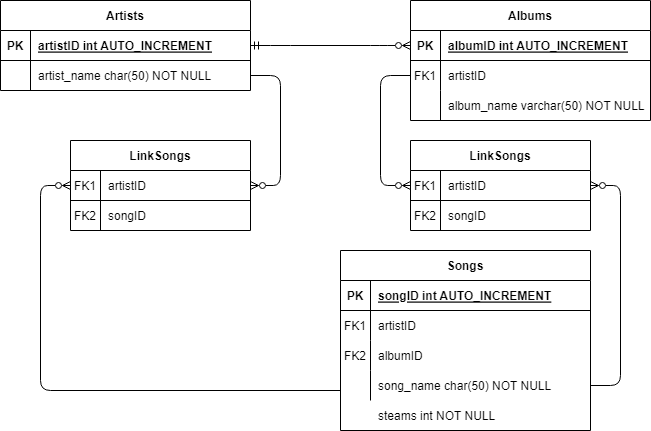
Earlier version of the draw.io export gaming.drawio.png (felixrydberg/databashantering-slutprojekt). Source tidied: cells renumbered, new cells last; positions are measured from the earlier drawing's top-left corner, leaving out a move shared by most shapes. Source of this version:
```xml
<mxGraphModel>
  <root>
    <mxCell id="0" />
    <mxCell id="1" parent="0" />
    <mxCell id="2" value="Artists" style="shape=table;startSize=30;rowLines=0;fontStyle=1;align=center;" parent="1" vertex="1">
      <mxGeometry width="250" height="90" as="geometry" />
    </mxCell>
    <mxCell id="3" style="shape=partialRectangle;fillColor=none;points=[[0,0.5],[1,0.5]];portConstraint=eastwest;top=0;left=0;right=0;bottom=1;" parent="2" vertex="1">
      <mxGeometry y="30" width="250" height="30" as="geometry" />
    </mxCell>
    <mxCell id="4" value="PK" style="shape=partialRectangle;overflow=hidden;fillColor=none;top=0;left=0;bottom=0;right=0;fontStyle=1;" parent="3" vertex="1">
      <mxGeometry width="30" height="30" as="geometry" />
    </mxCell>
    <mxCell id="5" value="artistID int AUTO_INCREMENT" style="shape=partialRectangle;overflow=hidden;fillColor=none;top=0;left=0;bottom=0;right=0;align=left;spacingLeft=6;fontStyle=5;" parent="3" vertex="1">
      <mxGeometry x="30" width="220" height="30" as="geometry" />
    </mxCell>
    <mxCell id="6" style="shape=partialRectangle;fillColor=none;points=[[0,0.5],[1,0.5]];portConstraint=eastwest;top=0;left=0;right=0;bottom=0;" parent="2" vertex="1">
      <mxGeometry y="60" width="250" height="30" as="geometry" />
    </mxCell>
    <mxCell id="7" style="shape=partialRectangle;overflow=hidden;fillColor=none;top=0;left=0;bottom=0;right=0;" parent="6" vertex="1">
      <mxGeometry width="30" height="30" as="geometry" />
    </mxCell>
    <mxCell id="8" value="artist_name char(50) NOT NULL" style="shape=partialRectangle;overflow=hidden;fillColor=none;top=0;left=0;bottom=0;right=0;align=left;spacingLeft=6;" parent="6" vertex="1">
      <mxGeometry x="30" width="220" height="30" as="geometry" />
    </mxCell>
    <mxCell id="9" style="edgeStyle=entityRelationEdgeStyle;fontSize=12;html=1;endArrow=ERzeroToMany;rounded=1;startArrow=ERmandOne;startFill=0;exitX=1;exitY=0.5;exitDx=0;exitDy=0;endFill=0;entryX=0;entryY=0.5;entryDx=0;entryDy=0;" parent="1" edge="1" source="3" target="11">
      <mxGeometry relative="1" as="geometry" />
    </mxCell>
    <mxCell id="10" value="Albums" style="shape=table;startSize=30;rowLines=0;fontStyle=1;align=center;rounded=0;shadow=0;sketch=0;strokeWidth=1;" parent="1" vertex="1">
      <mxGeometry x="410" width="240" height="120" as="geometry" />
    </mxCell>
    <mxCell id="11" style="shape=tableRow;horizontal=0;startSize=0;swimlaneHead=0;swimlaneBody=0;fillColor=none;points=[[0,0.5],[1,0.5]];portConstraint=eastwest;top=0;left=0;right=0;bottom=1;rounded=0;shadow=0;sketch=0;strokeWidth=1;" parent="10" vertex="1">
      <mxGeometry y="30" width="240" height="30" as="geometry" />
    </mxCell>
    <mxCell id="12" value="PK" style="shape=partialRectangle;fillColor=none;top=0;left=0;bottom=0;right=0;fontStyle=1;overflow=hidden;rounded=0;shadow=0;sketch=0;strokeWidth=1;" parent="11" vertex="1">
      <mxGeometry width="30" height="30" as="geometry" />
    </mxCell>
    <mxCell id="13" value="albumID int AUTO_INCREMENT" style="shape=partialRectangle;fillColor=none;top=0;left=0;bottom=0;right=0;align=left;spacingLeft=6;fontStyle=5;overflow=hidden;rounded=0;shadow=0;sketch=0;strokeWidth=1;" parent="11" vertex="1">
      <mxGeometry x="30" width="210" height="30" as="geometry" />
    </mxCell>
    <mxCell id="14" style="shape=tableRow;horizontal=0;startSize=0;swimlaneHead=0;swimlaneBody=0;fillColor=none;points=[[0,0.5],[1,0.5]];portConstraint=eastwest;top=0;left=0;right=0;bottom=0;rounded=0;shadow=0;sketch=0;strokeWidth=1;" parent="10" vertex="1">
      <mxGeometry y="60" width="240" height="30" as="geometry" />
    </mxCell>
    <mxCell id="15" value="FK1" style="shape=partialRectangle;fillColor=none;top=0;left=0;bottom=0;right=0;overflow=hidden;rounded=0;shadow=0;sketch=0;strokeWidth=1;" parent="14" vertex="1">
      <mxGeometry width="30" height="30" as="geometry" />
    </mxCell>
    <mxCell id="16" value="artistID" style="shape=partialRectangle;fillColor=none;top=0;left=0;bottom=0;right=0;align=left;spacingLeft=6;overflow=hidden;rounded=0;shadow=0;sketch=0;strokeWidth=1;" parent="14" vertex="1">
      <mxGeometry x="30" width="210" height="30" as="geometry" />
    </mxCell>
    <mxCell id="17" style="shape=tableRow;horizontal=0;startSize=0;swimlaneHead=0;swimlaneBody=0;fillColor=none;top=0;left=0;right=0;bottom=0;rounded=0;shadow=0;sketch=0;strokeWidth=1;" parent="10" vertex="1">
      <mxGeometry y="90" width="240" height="30" as="geometry" />
    </mxCell>
    <mxCell id="18" style="shape=partialRectangle;fillColor=none;top=0;left=0;bottom=0;right=0;overflow=hidden;rounded=0;shadow=0;sketch=0;strokeWidth=1;" parent="17" vertex="1">
      <mxGeometry width="30" height="30" as="geometry" />
    </mxCell>
    <mxCell id="19" value="album_name varchar(50) NOT NULL" style="shape=partialRectangle;fillColor=none;top=0;left=0;bottom=0;right=0;align=left;spacingLeft=6;overflow=hidden;rounded=0;shadow=0;sketch=0;strokeWidth=1;" parent="17" vertex="1">
      <mxGeometry x="30" width="210" height="30" as="geometry" />
    </mxCell>
    <mxCell id="20" style="shape=tableRow;horizontal=0;startSize=0;swimlaneHead=0;swimlaneBody=0;fillColor=none;top=0;left=0;right=0;bottom=0;rounded=0;shadow=0;sketch=0;strokeWidth=1;" parent="1" vertex="1">
      <mxGeometry x="20" y="310" width="250" height="30" as="geometry" />
    </mxCell>
    <mxCell id="21" value="Songs" style="shape=table;startSize=30;rowLines=0;fontStyle=1;align=center;rounded=0;shadow=0;sketch=0;strokeWidth=1;" parent="1" vertex="1">
      <mxGeometry x="340" y="250" width="250" height="180" as="geometry" />
    </mxCell>
    <mxCell id="22" style="shape=tableRow;horizontal=0;startSize=0;swimlaneHead=0;swimlaneBody=0;fillColor=none;top=0;left=0;right=0;bottom=1;rounded=0;shadow=0;sketch=0;strokeWidth=1;" parent="21" vertex="1">
      <mxGeometry y="30" width="250" height="30" as="geometry" />
    </mxCell>
    <mxCell id="23" value="PK" style="shape=partialRectangle;fillColor=none;top=0;left=0;bottom=0;right=0;fontStyle=1;overflow=hidden;rounded=0;shadow=0;sketch=0;strokeWidth=1;" parent="22" vertex="1">
      <mxGeometry width="30" height="30" as="geometry" />
    </mxCell>
    <mxCell id="24" value="songID int AUTO_INCREMENT" style="shape=partialRectangle;fillColor=none;top=0;left=0;bottom=0;right=0;align=left;spacingLeft=6;fontStyle=5;overflow=hidden;rounded=0;shadow=0;sketch=0;strokeWidth=1;" parent="22" vertex="1">
      <mxGeometry x="30" width="220" height="30" as="geometry" />
    </mxCell>
    <mxCell id="25" style="shape=tableRow;horizontal=0;startSize=0;swimlaneHead=0;swimlaneBody=0;fillColor=none;top=0;left=0;right=0;bottom=0;rounded=0;shadow=0;sketch=0;strokeWidth=1;" parent="21" vertex="1">
      <mxGeometry y="60" width="250" height="30" as="geometry" />
    </mxCell>
    <mxCell id="26" value="FK1" style="shape=partialRectangle;fillColor=none;top=0;left=0;bottom=0;right=0;overflow=hidden;rounded=0;shadow=0;sketch=0;strokeWidth=1;" parent="25" vertex="1">
      <mxGeometry width="30" height="30" as="geometry" />
    </mxCell>
    <mxCell id="27" value="artistID" style="shape=partialRectangle;fillColor=none;top=0;left=0;bottom=0;right=0;align=left;spacingLeft=6;overflow=hidden;rounded=0;shadow=0;sketch=0;strokeWidth=1;" parent="25" vertex="1">
      <mxGeometry x="30" width="220" height="30" as="geometry" />
    </mxCell>
    <mxCell id="28" style="shape=tableRow;horizontal=0;startSize=0;swimlaneHead=0;swimlaneBody=0;fillColor=none;top=0;left=0;right=0;bottom=0;rounded=0;shadow=0;sketch=0;strokeWidth=1;" parent="21" vertex="1">
      <mxGeometry y="90" width="250" height="30" as="geometry" />
    </mxCell>
    <mxCell id="29" value="FK2" style="shape=partialRectangle;fillColor=none;top=0;left=0;bottom=0;right=0;overflow=hidden;rounded=0;shadow=0;sketch=0;strokeWidth=1;" parent="28" vertex="1">
      <mxGeometry width="30" height="30" as="geometry" />
    </mxCell>
    <mxCell id="30" value="albumID" style="shape=partialRectangle;fillColor=none;top=0;left=0;bottom=0;right=0;align=left;spacingLeft=6;overflow=hidden;rounded=0;shadow=0;sketch=0;strokeWidth=1;" parent="28" vertex="1">
      <mxGeometry x="30" width="220" height="30" as="geometry" />
    </mxCell>
    <mxCell id="31" style="shape=tableRow;horizontal=0;startSize=0;swimlaneHead=0;swimlaneBody=0;fillColor=none;points=[[0,0.5],[1,0.5]];portConstraint=eastwest;top=0;left=0;right=0;bottom=0;rounded=0;shadow=0;sketch=0;strokeWidth=1;" parent="21" vertex="1">
      <mxGeometry y="120" width="250" height="30" as="geometry" />
    </mxCell>
    <mxCell id="32" style="shape=partialRectangle;fillColor=none;top=0;left=0;bottom=0;right=0;overflow=hidden;rounded=0;shadow=0;sketch=0;strokeWidth=1;" parent="31" vertex="1">
      <mxGeometry width="30" height="30" as="geometry" />
    </mxCell>
    <mxCell id="33" value="song_name char(50) NOT NULL" style="shape=partialRectangle;fillColor=none;top=0;left=0;bottom=0;right=0;align=left;spacingLeft=6;overflow=hidden;rounded=0;shadow=0;sketch=0;strokeWidth=1;" parent="31" vertex="1">
      <mxGeometry x="30" width="220" height="30" as="geometry" />
    </mxCell>
    <mxCell id="34" style="shape=tableRow;horizontal=0;startSize=0;swimlaneHead=0;swimlaneBody=0;fillColor=none;top=0;left=0;right=0;bottom=0;rounded=0;shadow=0;sketch=0;strokeWidth=1;" parent="1" vertex="1">
      <mxGeometry x="20" y="340" width="250" height="30" as="geometry" />
    </mxCell>
    <mxCell id="35" style="shape=partialRectangle;fillColor=none;top=0;left=0;bottom=0;right=0;overflow=hidden;rounded=0;shadow=0;sketch=0;strokeWidth=1;" parent="34" vertex="1">
      <mxGeometry width="30" height="30" as="geometry" />
    </mxCell>
    <mxCell id="36" value="steams int NOT NULL" style="shape=partialRectangle;fillColor=none;top=0;left=0;bottom=0;right=0;align=left;spacingLeft=6;overflow=hidden;rounded=0;shadow=0;sketch=0;strokeWidth=1;" parent="1" vertex="1">
      <mxGeometry x="370" y="400" width="220" height="30" as="geometry" />
    </mxCell>
    <mxCell id="37" value="LinkSongs" style="shape=table;startSize=30;rowLines=0;fontStyle=1;align=center;" parent="1" vertex="1">
      <mxGeometry x="70" y="140" width="180" height="90" as="geometry" />
    </mxCell>
    <mxCell id="38" style="shape=tableRow;horizontal=0;startSize=0;swimlaneHead=0;swimlaneBody=0;fillColor=none;points=[[0,0.5],[1,0.5]];portConstraint=eastwest;top=0;left=0;right=0;bottom=1;" parent="37" vertex="1">
      <mxGeometry y="30" width="180" height="30" as="geometry" />
    </mxCell>
    <mxCell id="39" value="FK1" style="shape=partialRectangle;fillColor=none;top=0;left=0;bottom=0;right=0;fontStyle=0;overflow=hidden;" parent="38" vertex="1">
      <mxGeometry width="30" height="30" as="geometry" />
    </mxCell>
    <mxCell id="40" value="artistID" style="shape=partialRectangle;fillColor=none;top=0;left=0;bottom=0;right=0;align=left;spacingLeft=6;fontStyle=0;overflow=hidden;" parent="38" vertex="1">
      <mxGeometry x="30" width="150" height="30" as="geometry" />
    </mxCell>
    <mxCell id="41" style="shape=tableRow;horizontal=0;startSize=0;swimlaneHead=0;swimlaneBody=0;fillColor=none;top=0;left=0;right=0;bottom=0;" parent="37" vertex="1">
      <mxGeometry y="60" width="180" height="30" as="geometry" />
    </mxCell>
    <mxCell id="42" value="FK2" style="shape=partialRectangle;fillColor=none;top=0;left=0;bottom=0;right=0;overflow=hidden;" parent="41" vertex="1">
      <mxGeometry width="30" height="30" as="geometry" />
    </mxCell>
    <mxCell id="43" value="songID" style="shape=partialRectangle;fillColor=none;top=0;left=0;bottom=0;right=0;align=left;spacingLeft=6;overflow=hidden;" parent="41" vertex="1">
      <mxGeometry x="30" width="150" height="30" as="geometry" />
    </mxCell>
    <mxCell id="44" value="LinkSongs" style="shape=table;startSize=30;rowLines=0;fontStyle=1;align=center;" parent="1" vertex="1">
      <mxGeometry x="410" y="140" width="180" height="90" as="geometry" />
    </mxCell>
    <mxCell id="45" style="shape=tableRow;horizontal=0;startSize=0;swimlaneHead=0;swimlaneBody=0;fillColor=none;points=[[0,0.5],[1,0.5]];portConstraint=eastwest;top=0;left=0;right=0;bottom=1;" parent="44" vertex="1">
      <mxGeometry y="30" width="180" height="30" as="geometry" />
    </mxCell>
    <mxCell id="46" value="FK1" style="shape=partialRectangle;fillColor=none;top=0;left=0;bottom=0;right=0;fontStyle=0;overflow=hidden;" parent="45" vertex="1">
      <mxGeometry width="30" height="30" as="geometry" />
    </mxCell>
    <mxCell id="47" value="artistID" style="shape=partialRectangle;fillColor=none;top=0;left=0;bottom=0;right=0;align=left;spacingLeft=6;fontStyle=0;overflow=hidden;" parent="45" vertex="1">
      <mxGeometry x="30" width="150" height="30" as="geometry" />
    </mxCell>
    <mxCell id="48" style="shape=tableRow;horizontal=0;startSize=0;swimlaneHead=0;swimlaneBody=0;fillColor=none;top=0;left=0;right=0;bottom=0;" parent="44" vertex="1">
      <mxGeometry y="60" width="180" height="30" as="geometry" />
    </mxCell>
    <mxCell id="49" value="FK2" style="shape=partialRectangle;fillColor=none;top=0;left=0;bottom=0;right=0;overflow=hidden;" parent="48" vertex="1">
      <mxGeometry width="30" height="30" as="geometry" />
    </mxCell>
    <mxCell id="50" value="songID" style="shape=partialRectangle;fillColor=none;top=0;left=0;bottom=0;right=0;align=left;spacingLeft=6;overflow=hidden;" parent="48" vertex="1">
      <mxGeometry x="30" width="150" height="30" as="geometry" />
    </mxCell>
    <mxCell id="51" style="edgeStyle=entityRelationEdgeStyle;fontSize=12;html=1;endArrow=none;endFill=0;rounded=1;entryX=1;entryY=0.5;entryDx=0;entryDy=0;exitX=1;exitY=0.5;exitDx=0;exitDy=0;startArrow=ERzeroToMany;startFill=0;" parent="1" edge="1" source="38" target="6">
      <mxGeometry relative="1" as="geometry" />
    </mxCell>
    <mxCell id="52" style="endArrow=ERzeroToMany;html=1;rounded=1;entryX=0;entryY=0.5;entryDx=0;entryDy=0;exitX=0;exitY=0.5;exitDx=0;exitDy=0;startArrow=none;startFill=0;endFill=0;" parent="1" edge="1" source="14" target="45">
      <mxGeometry relative="1" as="geometry">
        <Array as="points">
          <mxPoint x="380" y="75" />
          <mxPoint x="380" y="185" />
        </Array>
      </mxGeometry>
    </mxCell>
    <mxCell id="53" style="edgeStyle=entityRelationEdgeStyle;fontSize=12;html=1;endArrow=none;rounded=1;startArrow=ERzeroToMany;startFill=0;exitX=1;exitY=0.5;exitDx=0;exitDy=0;endFill=0;entryX=1;entryY=0.5;entryDx=0;entryDy=0;" parent="1" edge="1" source="45" target="31">
      <mxGeometry relative="1" as="geometry" />
    </mxCell>
    <mxCell id="54" style="endArrow=none;html=1;rounded=1;exitX=0;exitY=0.5;exitDx=0;exitDy=0;startArrow=ERzeroToMany;startFill=0;" parent="1" edge="1" source="38">
      <mxGeometry relative="1" as="geometry">
        <mxPoint x="340" y="390" as="targetPoint" />
        <Array as="points">
          <mxPoint x="40" y="185" />
          <mxPoint x="40" y="390" />
        </Array>
      </mxGeometry>
    </mxCell>
  </root>
</mxGraphModel>
```
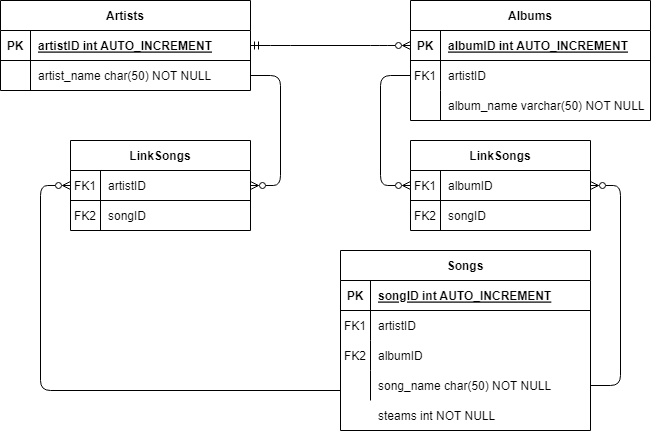
Above is the later version.

The edit, as a diff of the source:
```diff
@@ -137,7 +137,7 @@
     <mxCell id="46" value="FK1" style="shape=partialRectangle;fillColor=none;top=0;left=0;bottom=0;right=0;fontStyle=0;overflow=hidden;" parent="45" vertex="1">
       <mxGeometry width="30" height="30" as="geometry" />
     </mxCell>
-    <mxCell id="47" value="artistID" style="shape=partialRectangle;fillColor=none;top=0;left=0;bottom=0;right=0;align=left;spacingLeft=6;fontStyle=0;overflow=hidden;" parent="45" vertex="1">
+    <mxCell id="47" value="albumID" style="shape=partialRectangle;fillColor=none;top=0;left=0;bottom=0;right=0;align=left;spacingLeft=6;fontStyle=0;overflow=hidden;" parent="45" vertex="1">
       <mxGeometry x="30" width="150" height="30" as="geometry" />
     </mxCell>
     <mxCell id="48" style="shape=tableRow;horizontal=0;startSize=0;swimlaneHead=0;swimlaneBody=0;fillColor=none;top=0;left=0;right=0;bottom=0;" parent="44" vertex="1">
```
